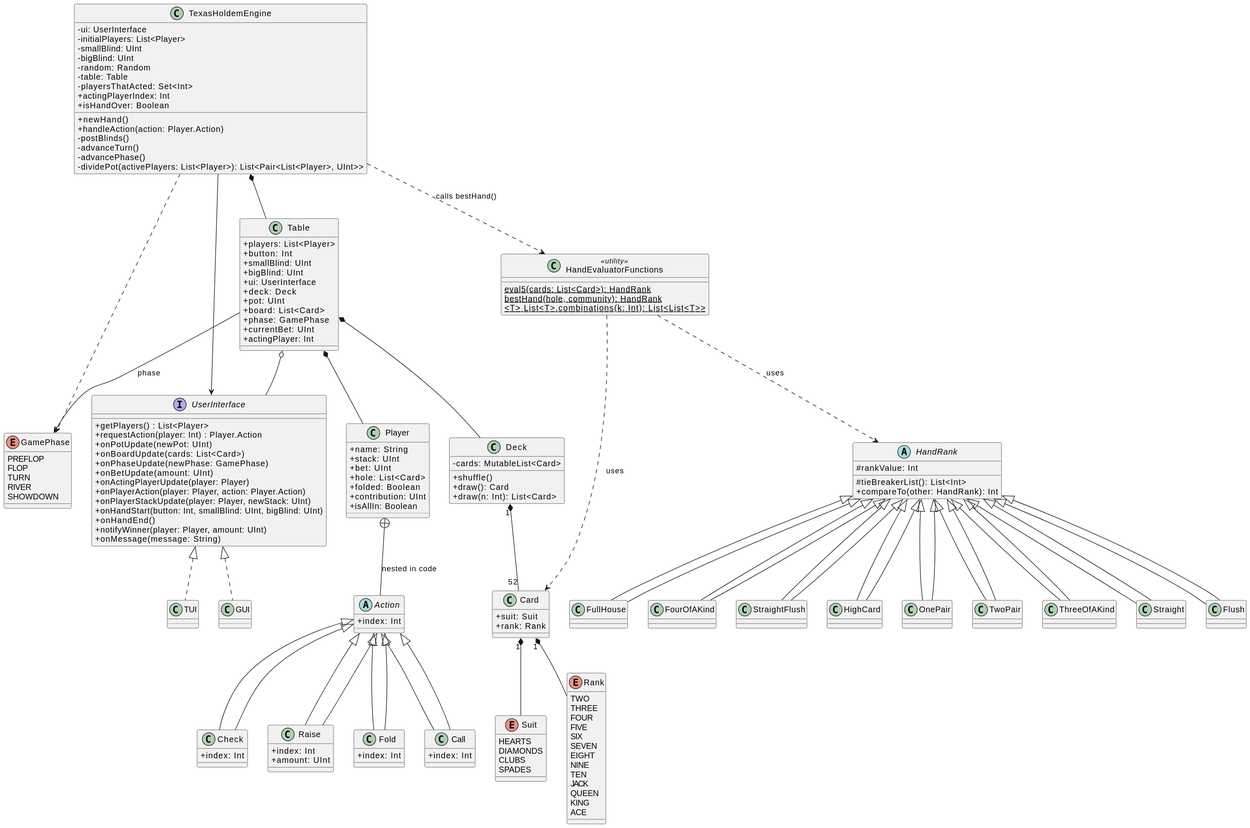
This is architecture.svg from maxicot/holdem-kt, a PlantUML export, as it was before one commit.
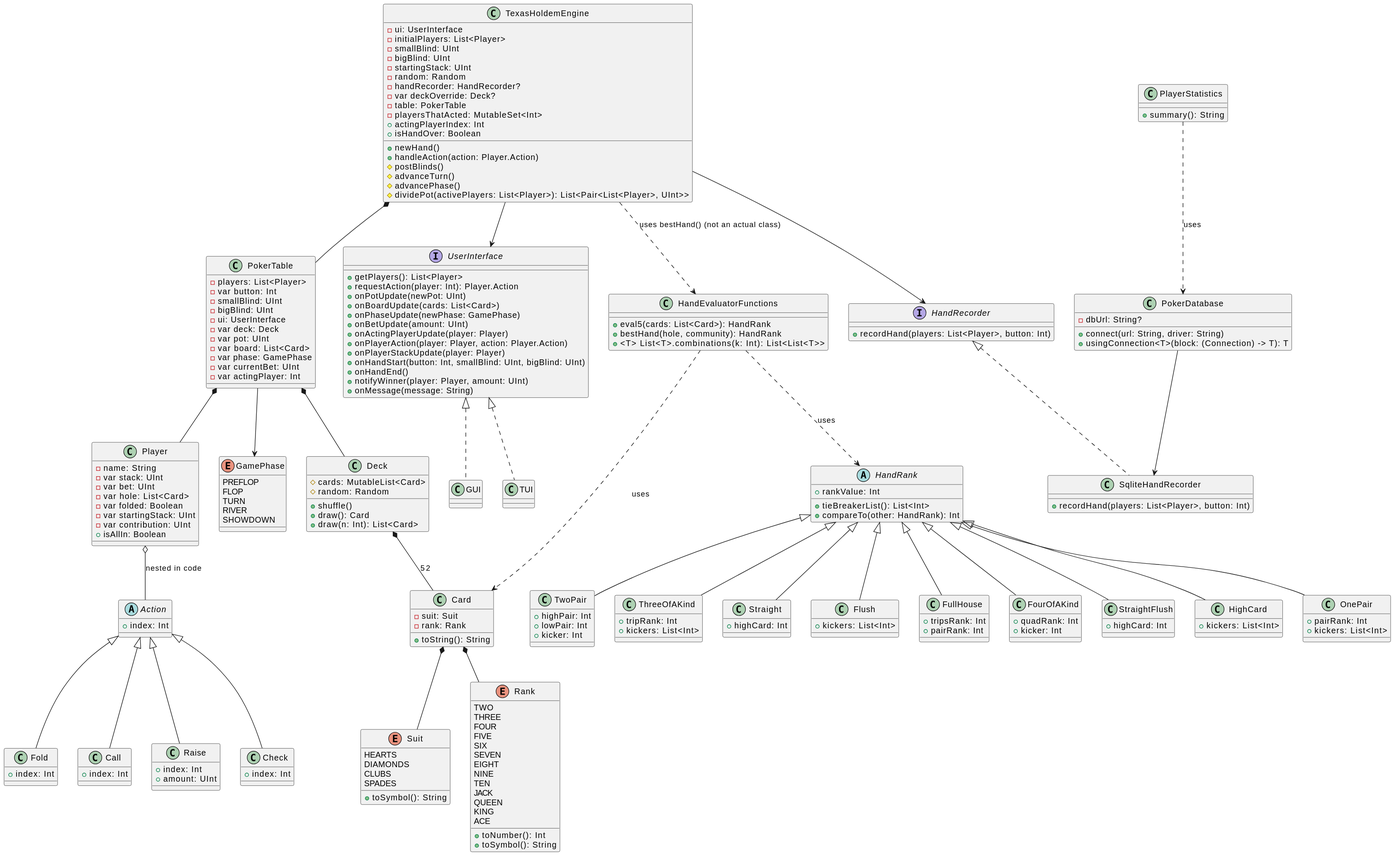
After the commit.

What changed in the source:
```diff
@@ -1,123 +1,10 @@
 @startuml
-skinparam classAttributeIconSize 0
-
-interface UserInterface {
-    + getPlayers() : List<Player>
-    + requestAction(player: Int) : Player.Action
-    + onPotUpdate(newPot: UInt)
-    + onBoardUpdate(cards: List<Card>)
-    + onPhaseUpdate(newPhase: GamePhase)
-    + onBetUpdate(amount: UInt)
-    + onActingPlayerUpdate(player: Player)
-    + onPlayerAction(player: Player, action: Player.Action)
-    + onPlayerStackUpdate(player: Player, newStack: UInt)
-    + onHandStart(button: Int, smallBlind: UInt, bigBlind: UInt)
-    + onHandEnd()
-    + notifyWinner(player: Player, amount: UInt)
-    + onMessage(message: String)
-}
-
-class TUI implements UserInterface {
-    ..
-}
-
-class GUI implements UserInterface {
-    ..
-}
-
-class TexasHoldemEngine {
-    - ui: UserInterface
-    - initialPlayers: List<Player>
-    - smallBlind: UInt
-    - bigBlind: UInt
-    - random: Random
-    - table: Table
-    - playersThatActed: Set<Int>
-    + actingPlayerIndex: Int
-    + isHandOver: Boolean
-    + newHand()
-    + handleAction(action: Player.Action)
-    - postBlinds()
-    - advanceTurn()
-    - advancePhase()
-    - dividePot(activePlayers: List<Player>): List<Pair<List<Player>, UInt>>
-}
-
-class Table {
-    + players: List<Player>
-    + button: Int
-    + smallBlind: UInt
-    + bigBlind: UInt
-    + ui: UserInterface
-    + deck: Deck
-    + pot: UInt
-    + board: List<Card>
-    + phase: GamePhase
-    + currentBet: UInt
-    + actingPlayer: Int
-}
-
-class Player {
-    + name: String
-    + stack: UInt
-    + bet: UInt
-    + hole: List<Card>
-    + folded: Boolean
-    + contribution: UInt
-    + isAllIn: Boolean
-    ..
-}
-
-abstract class Action {
-    + index: Int
-    ..
-}
-
-class Fold extends Action {
-    + index: Int
-}
-class Call extends Action {
-    + index: Int
-}
-class Check extends Action {
-    + index: Int
-}
-class Raise extends Action {
-    + index: Int
-    + amount: UInt
-}
-
-Action <|-- Fold
-Action <|-- Call
-Action <|-- Check
-Action <|-- Raise
-
-Player +-- Action : nested in code
-
-Table *-- Player
-Table *-- Deck
-Table o-- UserInterface
-
-TexasHoldemEngine *-- Table
-TexasHoldemEngine --> UserInterface
-
-class Deck {
-    - cards: MutableList<Card>
-    + shuffle()
-    + draw(): Card
-    + draw(n: Int): List<Card>
-}
-
-class Card {
-    + suit: Suit
-    + rank: Rank
-}
-
 enum Suit {
     HEARTS
     DIAMONDS
     CLUBS
     SPADES
+    + toSymbol(): String
 }
 
 enum Rank {
@@ -134,27 +21,131 @@
     QUEEN
     KING
     ACE
+    + toNumber(): Int
+    + toSymbol(): String
 }
 
-Deck "1" *-- "52" Card
-Card "1" *-- Suit
-Card "1" *-- Rank
+enum GamePhase {
+    PREFLOP
+    FLOP
+    TURN
+    RIVER
+    SHOWDOWN
+}
+
+class Card {
+    - suit: Suit
+    - rank: Rank
+    + toString(): String
+}
+
+class Deck {
+    # cards: MutableList<Card>
+    # random: Random
+    + shuffle()
+    + draw(): Card
+    + draw(n: Int): List<Card>
+}
+
+class Player {
+    - name: String
+    - var stack: UInt
+    - var bet: UInt
+    - var hole: List<Card>
+    - var folded: Boolean
+    - var startingStack: UInt
+    - var contribution: UInt
+    + isAllIn: Boolean
+}
+
+Deck *-- Card : 52
+Card *-- Suit
+Card *-- Rank
+
+abstract class Action {
+    + index: Int
+}
+
+class Fold {
+    + index: Int
+}
+
+class Call {
+    + index: Int
+}
+
+class Raise {
+    + index: Int
+    + amount: UInt
+}
+
+class Check {
+    + index: Int
+}
+
+Action <|-- Fold
+Action <|-- Call
+Action <|-- Raise
+Action <|-- Check
+
+Player o-- Action : nested in code
+
+
+class HandEvaluatorFunctions {
+    + eval5(cards: List<Card>): HandRank
+    + bestHand(hole, community): HandRank
+    + <T> List<T>.combinations(k: Int): List<List<T>>
+}
+
+HandEvaluatorFunctions ..> Card : uses
 
 abstract class HandRank {
-    # rankValue: Int
-    # tieBreakerList(): List<Int>
+    + rankValue: Int
+    + tieBreakerList(): List<Int>
     + compareTo(other: HandRank): Int
 }
 
-class HighCard extends HandRank
-class OnePair extends HandRank
-class TwoPair extends HandRank
-class ThreeOfAKind extends HandRank
-class Straight extends HandRank
-class Flush extends HandRank
-class FullHouse extends HandRank
-class FourOfAKind extends HandRank
-class StraightFlush extends HandRank
+class HighCard {
+    + kickers: List<Int>
+}
+
+class OnePair {
+    + pairRank: Int
+    + kickers: List<Int>
+}
+
+class TwoPair {
+    + highPair: Int
+    + lowPair: Int
+    + kicker: Int
+}
+
+class ThreeOfAKind {
+    + tripRank: Int
+    + kickers: List<Int>
+}
+
+class Straight {
+    + highCard: Int
+}
+
+class Flush {
+    + kickers: List<Int>
+}
+
+class FullHouse {
+    + tripsRank: Int
+    + pairRank: Int
+}
+
+class FourOfAKind {
+    + quadRank: Int
+    + kicker: Int
+}
+
+class StraightFlush {
+    + highCard: Int
+}
 
 HandRank <|-- HighCard
 HandRank <|-- OnePair
@@ -166,25 +157,93 @@
 HandRank <|-- FourOfAKind
 HandRank <|-- StraightFlush
 
-class HandEvaluatorFunctions <<utility>> {
-    {static} eval5(cards: List<Card>): HandRank
-    {static} bestHand(hole, community): HandRank
-    {static} <T> List<T>.combinations(k: Int): List<List<T>>
+class PokerTable {
+    - players: List<Player>
+    - var button: Int
+    - smallBlind: UInt
+    - bigBlind: UInt
+    - ui: UserInterface
+    - var deck: Deck
+    - var pot: UInt
+    - var board: List<Card>
+    - var phase: GamePhase
+    - var currentBet: UInt
+    - var actingPlayer: Int
 }
 
-HandEvaluatorFunctions ..> HandRank : uses
-HandEvaluatorFunctions ..> Card : uses
-
-TexasHoldemEngine ..> HandEvaluatorFunctions : calls bestHand()
-
-enum GamePhase {
-    PREFLOP
-    FLOP
-    TURN
-    RIVER
-    SHOWDOWN
+class TexasHoldemEngine {
+    - ui: UserInterface
+    - initialPlayers: List<Player>
+    - smallBlind: UInt
+    - bigBlind: UInt
+    - startingStack: UInt
+    - random: Random
+    - handRecorder: HandRecorder?
+    - var deckOverride: Deck?
+    - table: PokerTable
+    - playersThatActed: MutableSet<Int>
+    + actingPlayerIndex: Int
+    + isHandOver: Boolean
+    + newHand()
+    + handleAction(action: Player.Action)
+    # postBlinds()
+    # advanceTurn()
+    # advancePhase()
+    # dividePot(activePlayers: List<Player>): List<Pair<List<Player>, UInt>>
 }
 
-Table --> GamePhase : phase
-TexasHoldemEngine .> GamePhase
+PokerTable *-- Player
+PokerTable *-- Deck
+PokerTable --> GamePhase
+TexasHoldemEngine *-- PokerTable
+TexasHoldemEngine --> HandRecorder
+TexasHoldemEngine --> UserInterface
+TexasHoldemEngine ..> HandEvaluatorFunctions : uses bestHand() (not an actual class)
+HandEvaluatorFunctions ..> HandRank : uses
+
+interface UserInterface {
+    + getPlayers(): List<Player>
+    + requestAction(player: Int): Player.Action
+    + onPotUpdate(newPot: UInt)
+    + onBoardUpdate(cards: List<Card>)
+    + onPhaseUpdate(newPhase: GamePhase)
+    + onBetUpdate(amount: UInt)
+    + onActingPlayerUpdate(player: Player)
+    + onPlayerAction(player: Player, action: Player.Action)
+    + onPlayerStackUpdate(player: Player)
+    + onHandStart(button: Int, smallBlind: UInt, bigBlind: UInt)
+    + onHandEnd()
+    + notifyWinner(player: Player, amount: UInt)
+    + onMessage(message: String)
+}
+
+class TUI {}
+
+class GUI {}
+
+UserInterface <|.. TUI
+UserInterface <|.. GUI
+
+interface HandRecorder {
+    + recordHand(players: List<Player>, button: Int)
+}
+
+class SqliteHandRecorder {
+    + recordHand(players: List<Player>, button: Int)
+}
+
+HandRecorder <|.. SqliteHandRecorder
+
+class PokerDatabase {
+    - dbUrl: String?
+    + connect(url: String, driver: String)
+    + usingConnection<T>(block: (Connection) -> T): T
+}
+
+class PlayerStatistics {
+    + summary(): String
+}
+
+PokerDatabase --> SqliteHandRecorder
+PlayerStatistics ..> PokerDatabase : uses
 @enduml
```
